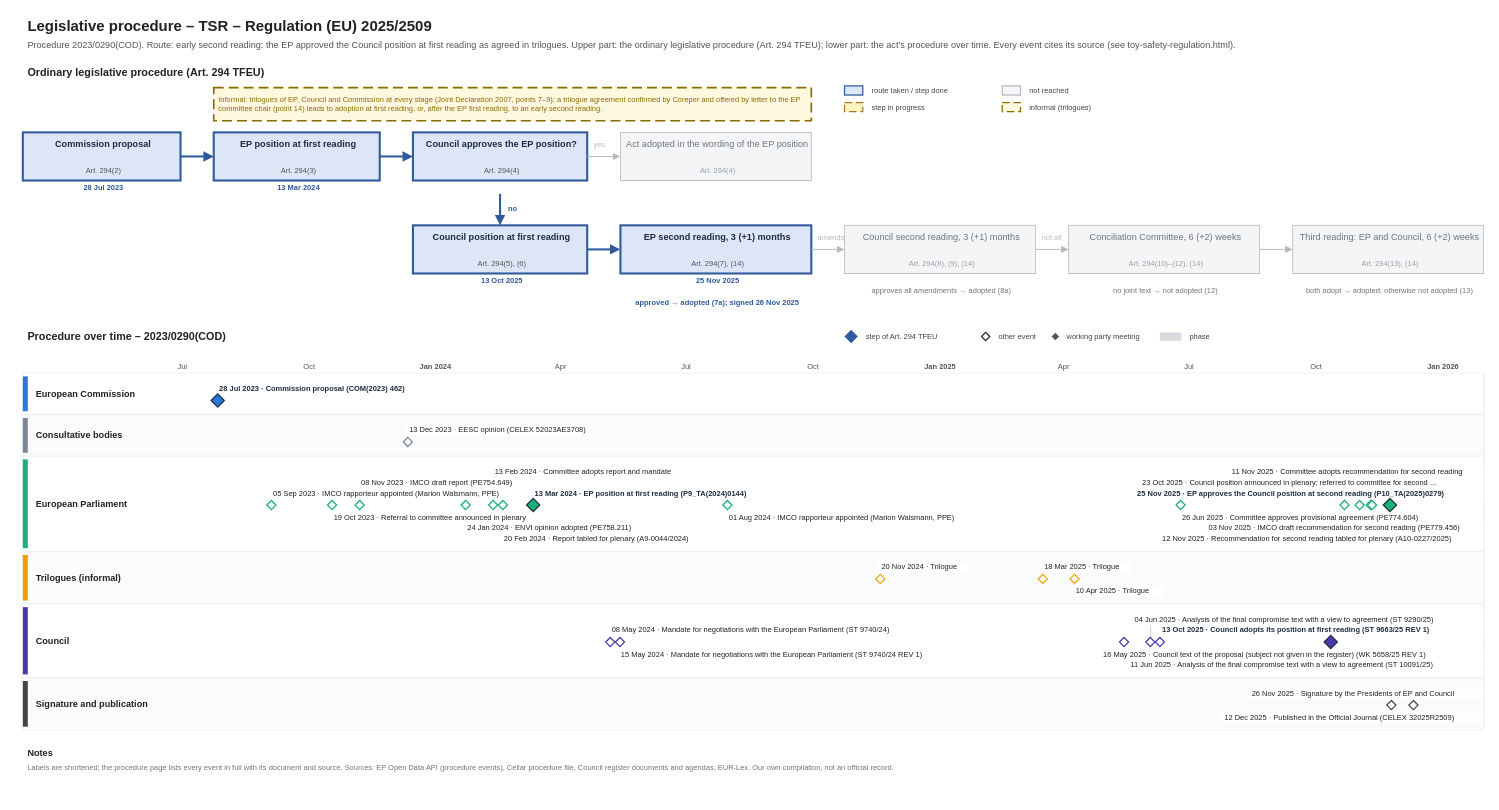
git-z0man/eu-regulation-timeline keeps this draw.io diagram as procedures/toy-safety-regulation.drawio. Above is the earlier version. Source tidied: cells renumbered, new cells numbered last; positions are measured from the earlier drawing's top-left corner, leaving out a move shared by most shapes. Both pictures are drawn from the tidied source at 83%, with x=0, y=0 at pixel (14, 14).
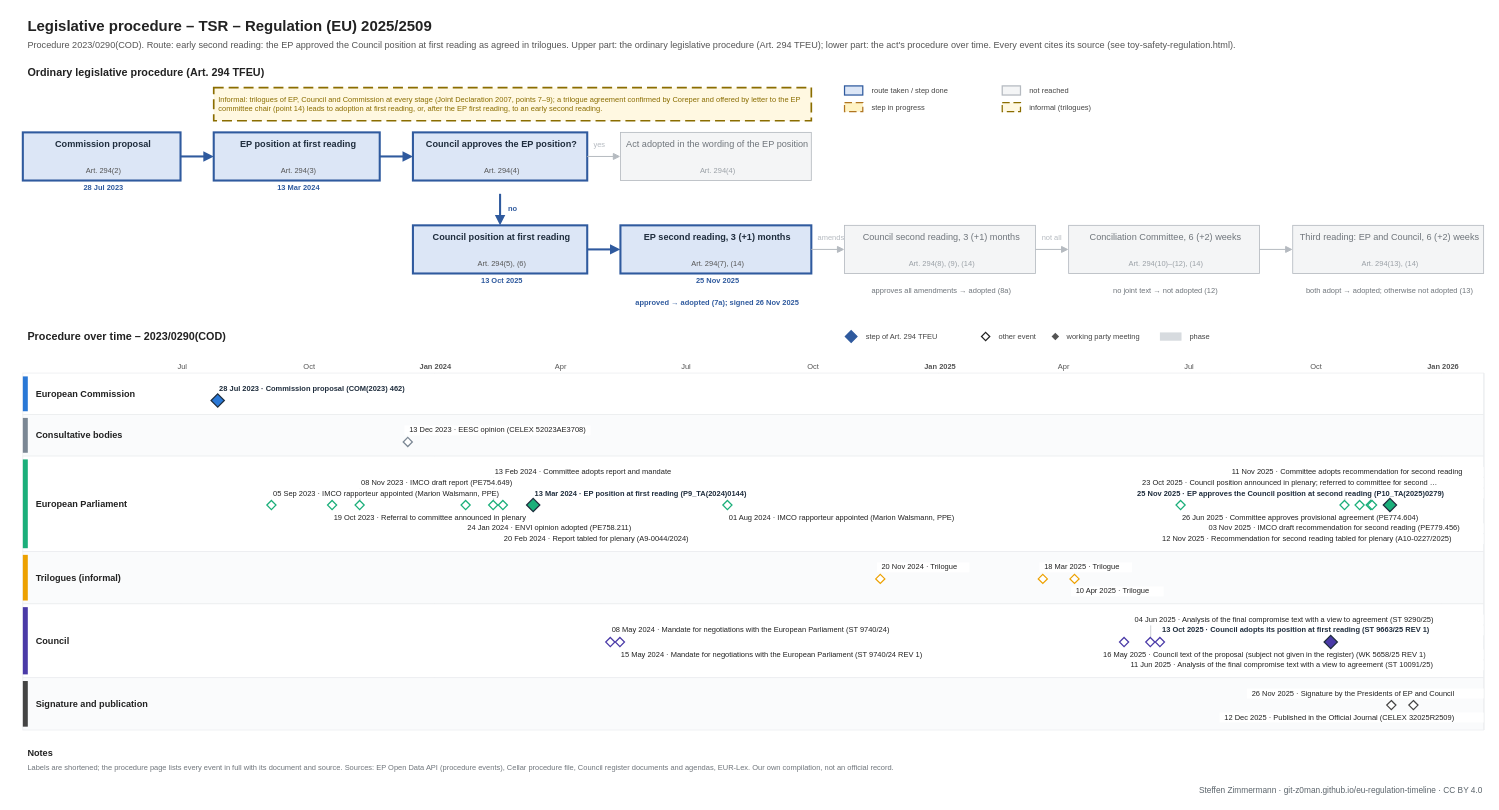
Above is the later version.

The edit, as a diff of the source:
```diff
@@
+    <mxCell id="198" value="Steffen Zimmermann · git-z0man.github.io/eu-regulation-timeline · CC BY 4.0" style="text;html=1;fontSize=10;fontColor=#5b646b;align=right;verticalAlign=middle;spacingLeft=4;" parent="1" vertex="1">
+      <mxGeometry x="10" y="926" width="1760" height="16" as="geometry" />
+    </mxCell>
```
